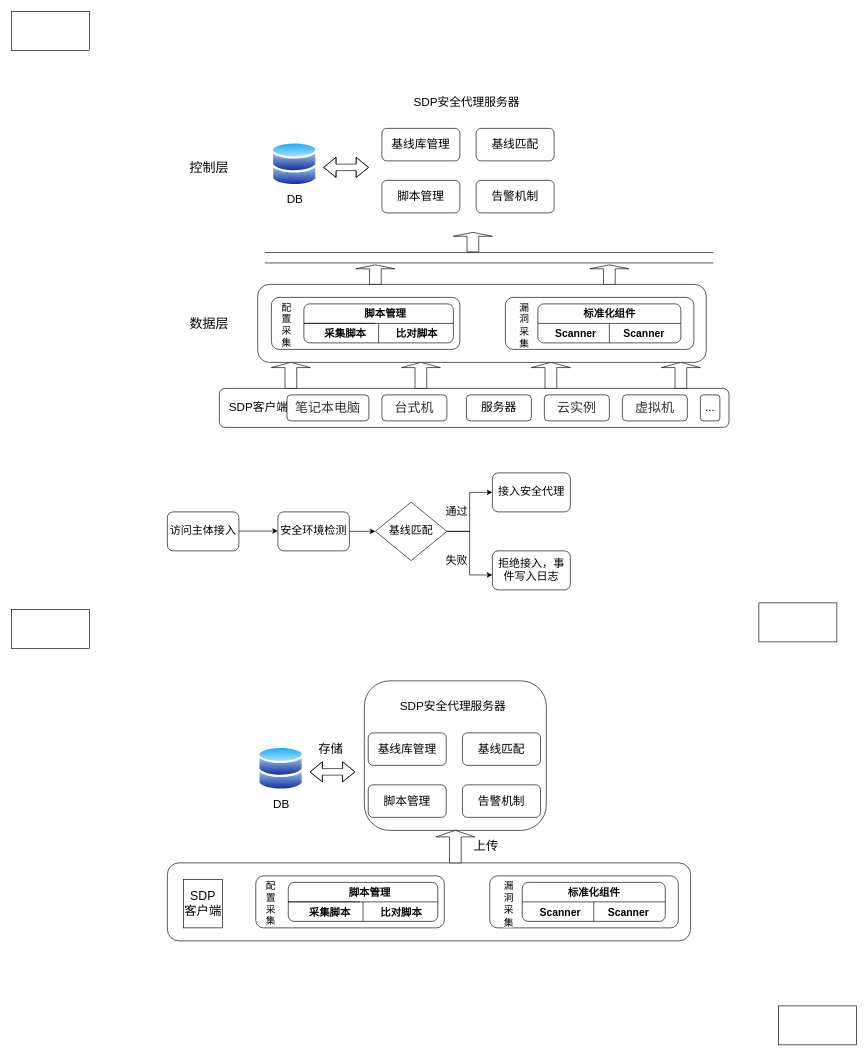
Above: testDirectory/安全基线.drawio in Moose1273/- (draw.io), before the change. Source tidied: cells renumbered, new cells numbered last; positions are measured from the earlier drawing's top-left corner, leaving out a move shared by most shapes. Both pictures are drawn from the tidied source at 65%, with x=0, y=0 at pixel (11, 11).
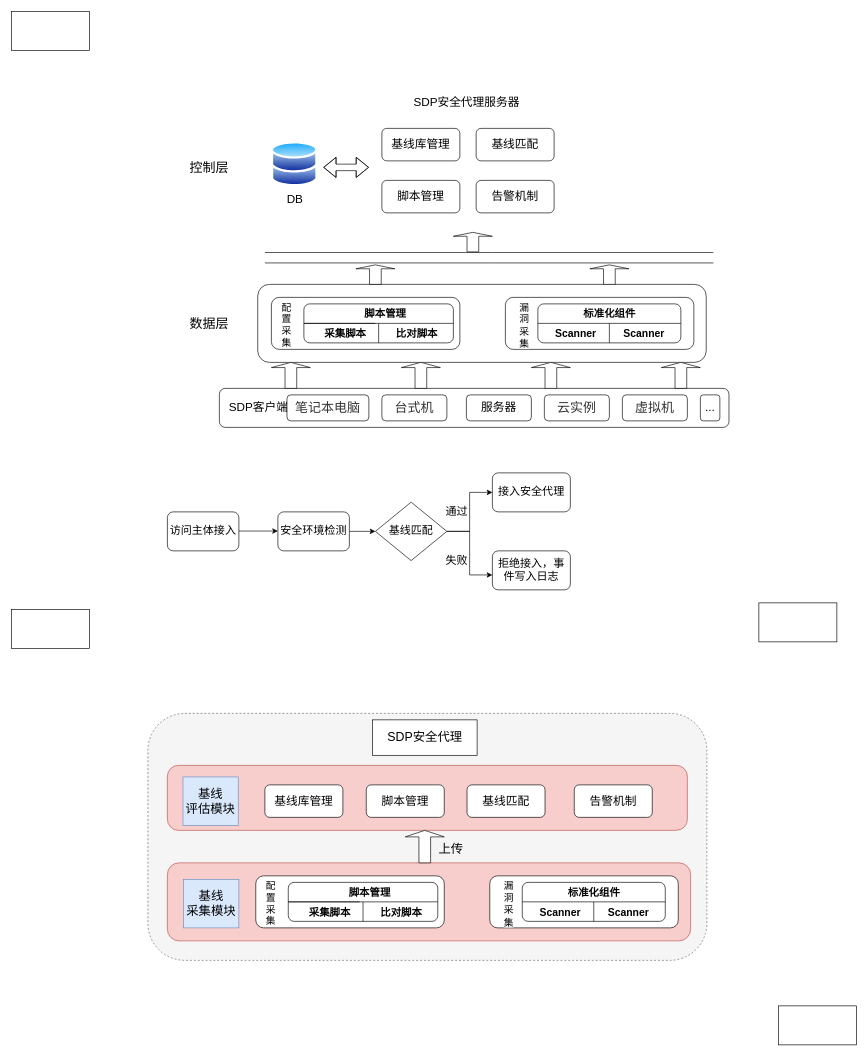
The same diagram, later.

Commit message:
更新安全基线.drawio

Change to the diagram source:
```diff
@@
+    <mxCell id="92" style="rounded=1;whiteSpace=wrap;html=1;dashed=1;fillColor=#f5f5f5;fontColor=#333333;strokeColor=#666666;" parent="1" vertex="1">
+      <mxGeometry x="210" y="1080" width="860" height="380" as="geometry" />
+    </mxCell>
-    <mxCell id="2" style="rounded=1;whiteSpace=wrap;html=1;fontSize=20;" parent="1" vertex="1">
+    <mxCell id="2" style="rounded=1;whiteSpace=wrap;html=1;fontSize=20;fillColor=#f8cecc;strokeColor=#b85450;" parent="1" vertex="1">
       <mxGeometry x="240" y="1310" width="805" height="120" as="geometry" />
     </mxCell>
@@
-    <mxCell id="38" style="rounded=1;whiteSpace=wrap;html=1;labelBackgroundColor=#ffffff;fontSize=15;arcSize=17;" parent="1" vertex="1">
-      <mxGeometry x="543" y="1030" width="280" height="230" as="geometry" />
+    <mxCell id="38" style="rounded=1;whiteSpace=wrap;html=1;labelBackgroundColor=#ffffff;fontSize=15;arcSize=17;fillColor=#f8cecc;strokeColor=#b85450;" parent="1" vertex="1">
+      <mxGeometry x="240" y="1160" width="800" height="100" as="geometry" />
     </mxCell>
@@
     <mxCell id="78" style="shape=singleArrow;direction=north;whiteSpace=wrap;html=1;fontSize=20;" parent="1" vertex="1">
-      <mxGeometry x="653" y="1260" width="60" height="50" as="geometry" />
+      <mxGeometry x="606" y="1260" width="60" height="50" as="geometry" />
     </mxCell>
-    <mxCell id="79" value="&lt;font style=&quot;font-size: 18px;&quot;&gt;DB&lt;/font&gt;" style="text;html=1;align=center;verticalAlign=middle;strokeColor=none;fillColor=none;fontSize=15;labelBackgroundColor=#ffffff;" parent="1" vertex="1">
-      <mxGeometry x="389.7" y="1200" width="50" height="40" as="geometry" />
-    </mxCell>
-    <mxCell id="80" style="perimeter=ellipsePerimeter;html=1;align=center;shadow=0;dashed=0;spacingTop=3;image;image=img/lib/active_directory/databases.svg;labelBackgroundColor=#ffffff;fontSize=15;" parent="1" vertex="1">
-      <mxGeometry x="379" y="1130" width="71.4" height="70" as="geometry" />
-    </mxCell>
-    <mxCell id="81" value="&lt;span&gt;SDP安全代理服务器&lt;/span&gt;" style="text;html=1;align=center;verticalAlign=middle;strokeColor=none;fillColor=none;fontSize=18;" parent="1" vertex="1">
-      <mxGeometry x="584" y="1050" width="190" height="40" as="geometry" />
-    </mxCell>
-    <mxCell id="82" style="shape=flexArrow;endArrow=classic;startArrow=classic;html=1;rounded=0;fontSize=15;" parent="1" edge="1">
-      <mxGeometry relative="1" as="geometry">
-        <mxPoint x="459" y="1170" as="sourcePoint" />
-        <mxPoint x="529" y="1170" as="targetPoint" />
-        <Array as="points">
-          <mxPoint x="489" y="1170" />
-        </Array>
-      </mxGeometry>
-    </mxCell>
     <mxCell id="83" value="基线库管理" style="rounded=1;whiteSpace=wrap;html=1;labelBackgroundColor=#ffffff;fontSize=18;" parent="1" vertex="1">
-      <mxGeometry x="549" y="1110" width="120" height="50" as="geometry" />
+      <mxGeometry x="390" y="1190" width="120" height="50" as="geometry" />
     </mxCell>
     <mxCell id="84" value="基线匹配" style="rounded=1;whiteSpace=wrap;html=1;labelBackgroundColor=#ffffff;fontSize=18;" parent="1" vertex="1">
-      <mxGeometry x="694" y="1110" width="120" height="50" as="geometry" />
+      <mxGeometry x="701" y="1190" width="120" height="50" as="geometry" />
     </mxCell>
     <mxCell id="85" value="脚本管理" style="rounded=1;whiteSpace=wrap;html=1;labelBackgroundColor=#ffffff;fontSize=18;" parent="1" vertex="1">
-      <mxGeometry x="549" y="1190" width="120" height="50" as="geometry" />
+      <mxGeometry x="546" y="1190" width="120" height="50" as="geometry" />
     </mxCell>
     <mxCell id="86" value="告警机制" style="rounded=1;whiteSpace=wrap;html=1;labelBackgroundColor=#ffffff;fontSize=18;" parent="1" vertex="1">
-      <mxGeometry x="694" y="1190" width="120" height="50" as="geometry" />
+      <mxGeometry x="866" y="1190" width="120" height="50" as="geometry" />
     </mxCell>
-    <mxCell id="87" value="&lt;font style=&quot;font-size: 19px;&quot;&gt;SDP客户端&lt;/font&gt;" style="rounded=0;whiteSpace=wrap;html=1;" parent="1" vertex="1">
-      <mxGeometry x="265" y="1335.5" width="60" height="74.5" as="geometry" />
+    <mxCell id="87" value="&lt;font style=&quot;font-size: 19px;&quot;&gt;基线&lt;br&gt;采集模块&lt;/font&gt;" style="rounded=0;whiteSpace=wrap;html=1;fillColor=#dae8fc;strokeColor=#6c8ebf;" parent="1" vertex="1">
+      <mxGeometry x="265" y="1335.5" width="85" height="74.5" as="geometry" />
     </mxCell>
     <mxCell id="88" value="上传" style="text;html=1;align=center;verticalAlign=middle;strokeColor=none;fillColor=none;fontSize=19;" parent="1" vertex="1">
-      <mxGeometry x="700" y="1265" width="60" height="40" as="geometry" />
+      <mxGeometry x="646" y="1269" width="60" height="40" as="geometry" />
     </mxCell>
-    <mxCell id="89" value="存储" style="text;html=1;align=center;verticalAlign=middle;strokeColor=none;fillColor=none;fontSize=19;" parent="1" vertex="1">
-      <mxGeometry x="461" y="1115" width="60" height="40" as="geometry" />
-    </mxCell>
@@
+    <mxCell id="93" value="&lt;font style=&quot;font-size: 19px;&quot;&gt;基线&lt;br&gt;评估模块&lt;/font&gt;" style="rounded=0;whiteSpace=wrap;html=1;fillColor=#dae8fc;strokeColor=#6c8ebf;" parent="1" vertex="1">
+      <mxGeometry x="264" y="1177.8" width="85" height="74.5" as="geometry" />
+    </mxCell>
+    <mxCell id="94" value="&lt;span style=&quot;font-size: 19px;&quot;&gt;SDP安全代理&lt;/span&gt;" style="rounded=0;whiteSpace=wrap;html=1;" parent="1" vertex="1">
+      <mxGeometry x="555.5" y="1090" width="161" height="54.5" as="geometry" />
+    </mxCell>
```
